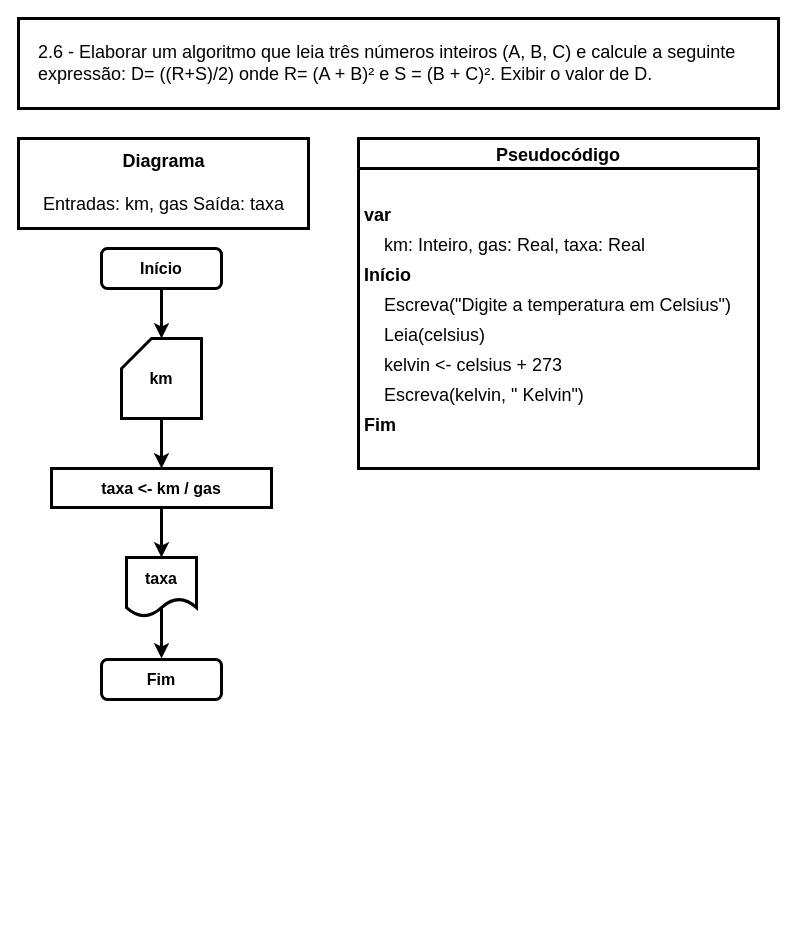
Before: page "Ex. 2.6" (10 of 14) of exercicios.drawio in iSamekh/draw.io, a draw.io diagram. Source tidied: cells renumbered, new cells numbered last; positions are measured from the earlier drawing's top-left corner, leaving out a move shared by most shapes. Both pictures are drawn from the tidied source at 100%, with x=0, y=0 at pixel (18, 18).
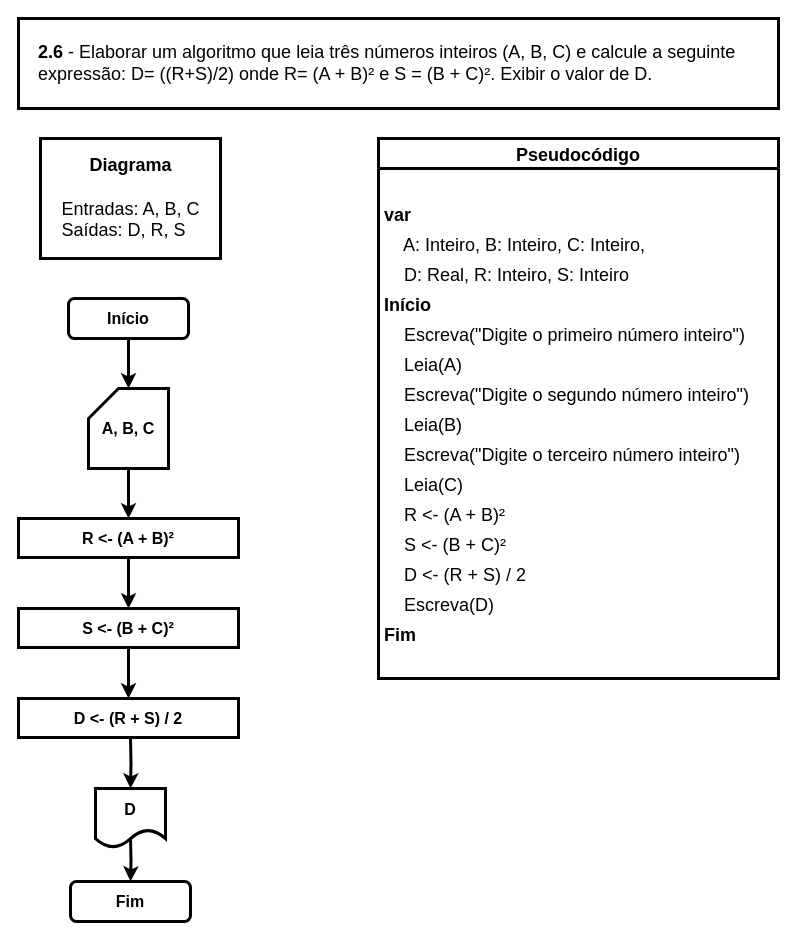
After the change.

The edit, as a diff of the source:
```diff
@@
     <mxCell id="3" value="Início" style="rounded=1;whiteSpace=wrap;html=1;fontSize=16;glass=0;strokeWidth=3;shadow=0;fontStyle=1;" parent="1" vertex="1">
-      <mxGeometry x="83" y="230" width="120" height="40" as="geometry" />
+      <mxGeometry x="50" y="280" width="120" height="40" as="geometry" />
     </mxCell>
     <mxCell id="4" value="Fim" style="rounded=1;whiteSpace=wrap;html=1;fontSize=16;glass=0;strokeWidth=3;shadow=0;fontStyle=1;" parent="1" vertex="1">
-      <mxGeometry x="83" y="641" width="120" height="40" as="geometry" />
+      <mxGeometry x="52" y="863" width="120" height="40" as="geometry" />
     </mxCell>
-    <mxCell id="5" style="edgeStyle=orthogonalEdgeStyle;rounded=0;orthogonalLoop=1;jettySize=auto;html=1;fontSize=16;fontColor=#0F0F0F;strokeWidth=3;" parent="1" edge="1">
-      <mxGeometry relative="1" as="geometry">
-        <mxPoint x="143" y="590" as="sourcePoint" />
-        <mxPoint x="143" y="640" as="targetPoint" />
-      </mxGeometry>
-    </mxCell>
+    <mxCell id="24" style="edgeStyle=orthogonalEdgeStyle;rounded=0;jettySize=auto;html=1;strokeWidth=3;" parent="1" edge="1" target="4">
+      <mxGeometry relative="1" as="geometry">
+        <mxPoint x="112" y="820" as="sourcePoint" />
+      </mxGeometry>
+    </mxCell>
-    <mxCell id="6" value="taxa" style="shape=document;whiteSpace=wrap;html=1;boundedLbl=1;fontStyle=1;fontSize=16;strokeWidth=3;" parent="1" vertex="1">
-      <mxGeometry x="108" y="539" width="70" height="59" as="geometry" />
+    <mxCell id="6" value="D" style="shape=document;whiteSpace=wrap;html=1;boundedLbl=1;fontStyle=1;fontSize=16;strokeWidth=3;" parent="1" vertex="1">
+      <mxGeometry x="77" y="770" width="70" height="59" as="geometry" />
     </mxCell>
@@
-    <mxCell id="8" value="km" style="shape=card;whiteSpace=wrap;html=1;fontStyle=1;fontSize=16;strokeWidth=3;" parent="1" vertex="1">
-      <mxGeometry x="103" y="320" width="80" height="80" as="geometry" />
+    <mxCell id="8" value="A, B, C" style="shape=card;whiteSpace=wrap;html=1;fontStyle=1;fontSize=16;strokeWidth=3;" parent="1" vertex="1">
+      <mxGeometry x="70" y="370" width="80" height="80" as="geometry" />
     </mxCell>
-    <mxCell id="9" style="edgeStyle=orthogonalEdgeStyle;rounded=0;jettySize=auto;html=1;fontSize=16;fontColor=#0F0F0F;strokeWidth=3;" parent="1" edge="1" source="10" target="6">
-      <mxGeometry relative="1" as="geometry" />
-    </mxCell>
+    <mxCell id="25" style="edgeStyle=orthogonalEdgeStyle;rounded=0;jettySize=auto;html=1;strokeWidth=3;" parent="1" edge="1" source="10" target="34">
+      <mxGeometry relative="1" as="geometry" />
+    </mxCell>
-    <mxCell id="10" value="taxa &amp;lt;- km / gas" style="rounded=0;whiteSpace=wrap;html=1;fontStyle=1;fontSize=16;strokeWidth=3;" parent="1" vertex="1">
-      <mxGeometry x="33" y="450" width="220" height="39" as="geometry" />
+    <mxCell id="10" value="R &amp;lt;- (A + B)²" style="rounded=0;whiteSpace=wrap;html=1;fontStyle=1;fontSize=16;strokeWidth=3;" parent="1" vertex="1">
+      <mxGeometry y="500" width="220" height="39" as="geometry" />
     </mxCell>
     <mxCell id="11" value="Pseudocódigo" style="swimlane;fontStyle=1;horizontal=1;startSize=30;rounded=0;shadow=0;labelBackgroundColor=#FFFFFF;labelBorderColor=none;sketch=0;fillStyle=auto;strokeColor=default;strokeWidth=3;fillColor=default;swimlaneLine=1;glass=0;arcSize=20;fontSize=18;spacing=10;" parent="1" vertex="1">
-      <mxGeometry x="340" y="120" width="400" height="330" as="geometry" />
+      <mxGeometry x="360" y="120" width="400" height="540" as="geometry" />
     </mxCell>
@@
-    <mxCell id="14" value="    km: Inteiro, gas: Real, taxa: Real" style="text;strokeColor=none;fillColor=none;align=left;verticalAlign=middle;spacingLeft=4;spacingRight=4;overflow=hidden;rounded=1;shadow=0;labelBackgroundColor=none;labelBorderColor=none;sketch=1;fillStyle=auto;strokeWidth=3;fontSize=18;" parent="11" vertex="1">
+    <mxCell id="14" value="    A: Inteiro, B: Inteiro, C: Inteiro," style="text;strokeColor=none;fillColor=none;align=left;verticalAlign=middle;spacingLeft=4;spacingRight=4;overflow=hidden;rounded=1;shadow=0;labelBackgroundColor=none;labelBorderColor=none;sketch=1;fillStyle=auto;strokeWidth=3;fontSize=18;" parent="11" vertex="1">
       <mxGeometry y="90" width="400" height="30" as="geometry" />
     </mxCell>
+    <mxCell id="26" value="    D: Real, R: Inteiro, S: Inteiro" style="text;strokeColor=none;fillColor=none;align=left;verticalAlign=middle;spacingLeft=4;spacingRight=4;overflow=hidden;rounded=1;shadow=0;labelBackgroundColor=none;labelBorderColor=none;sketch=1;fillStyle=auto;strokeWidth=3;fontSize=18;" parent="11" vertex="1">
+      <mxGeometry y="120" width="400" height="30" as="geometry" />
+    </mxCell>
     <mxCell id="15" value="Início" style="text;strokeColor=none;fillColor=none;align=left;verticalAlign=middle;spacingLeft=4;spacingRight=4;overflow=hidden;rounded=1;shadow=0;labelBackgroundColor=none;labelBorderColor=none;sketch=1;fillStyle=auto;strokeWidth=3;fontStyle=1;fontSize=18;" parent="11" vertex="1">
-      <mxGeometry y="120" width="400" height="30" as="geometry" />
+      <mxGeometry y="150" width="400" height="30" as="geometry" />
     </mxCell>
-    <mxCell id="16" value="     Escreva(&quot;Digite a temperatura em Celsius&quot;)" style="text;strokeColor=none;fillColor=none;align=left;verticalAlign=middle;spacingLeft=4;spacingRight=4;overflow=hidden;rounded=1;shadow=0;labelBackgroundColor=none;labelBorderColor=none;sketch=1;fillStyle=auto;strokeWidth=3;fontStyle=0;fontSize=18;" parent="11" vertex="1">
-      <mxGeometry y="150" width="400" height="30" as="geometry" />
+    <mxCell id="16" value="     Escreva(&quot;Digite o primeiro número inteiro&quot;)" style="text;strokeColor=none;fillColor=none;align=left;verticalAlign=middle;spacingLeft=4;spacingRight=4;overflow=hidden;rounded=1;shadow=0;labelBackgroundColor=none;labelBorderColor=none;sketch=1;fillStyle=auto;strokeWidth=3;fontStyle=0;fontSize=18;" parent="11" vertex="1">
+      <mxGeometry y="180" width="400" height="30" as="geometry" />
     </mxCell>
-    <mxCell id="17" value="     Leia(celsius)" style="text;strokeColor=none;fillColor=none;align=left;verticalAlign=middle;spacingLeft=4;spacingRight=4;overflow=hidden;rounded=1;shadow=0;labelBackgroundColor=none;labelBorderColor=none;sketch=1;fillStyle=auto;strokeWidth=3;fontStyle=0;fontSize=18;" parent="11" vertex="1">
-      <mxGeometry y="180" width="400" height="30" as="geometry" />
+    <mxCell id="17" value="     Leia(A)" style="text;strokeColor=none;fillColor=none;align=left;verticalAlign=middle;spacingLeft=4;spacingRight=4;overflow=hidden;rounded=1;shadow=0;labelBackgroundColor=none;labelBorderColor=none;sketch=1;fillStyle=auto;strokeWidth=3;fontStyle=0;fontSize=18;" parent="11" vertex="1">
+      <mxGeometry y="210" width="400" height="30" as="geometry" />
     </mxCell>
+    <mxCell id="27" value="    Escreva(&quot;Digite o segundo número inteiro&quot;)" style="text;strokeColor=none;fillColor=none;align=left;verticalAlign=middle;spacingLeft=4;spacingRight=4;overflow=hidden;rounded=1;shadow=0;labelBackgroundColor=none;labelBorderColor=none;sketch=1;fillStyle=auto;strokeWidth=3;fontStyle=0;fontSize=18;" parent="11" vertex="1">
+      <mxGeometry y="240" width="400" height="30" as="geometry" />
+    </mxCell>
+    <mxCell id="28" value="    Leia(B)" style="text;strokeColor=none;fillColor=none;align=left;verticalAlign=middle;spacingLeft=4;spacingRight=4;overflow=hidden;rounded=1;shadow=0;labelBackgroundColor=none;labelBorderColor=none;sketch=1;fillStyle=auto;strokeWidth=3;fontStyle=0;fontSize=18;" parent="11" vertex="1">
+      <mxGeometry y="270" width="400" height="30" as="geometry" />
+    </mxCell>
+    <mxCell id="29" value="    Escreva(&quot;Digite o terceiro número inteiro&quot;)" style="text;strokeColor=none;fillColor=none;align=left;verticalAlign=middle;spacingLeft=4;spacingRight=4;overflow=hidden;rounded=1;shadow=0;labelBackgroundColor=none;labelBorderColor=none;sketch=1;fillStyle=auto;strokeWidth=3;fontStyle=0;fontSize=18;" parent="11" vertex="1">
+      <mxGeometry y="300" width="400" height="30" as="geometry" />
+    </mxCell>
+    <mxCell id="30" value="    Leia(C)" style="text;strokeColor=none;fillColor=none;align=left;verticalAlign=middle;spacingLeft=4;spacingRight=4;overflow=hidden;rounded=1;shadow=0;labelBackgroundColor=none;labelBorderColor=none;sketch=1;fillStyle=auto;strokeWidth=3;fontStyle=0;fontSize=18;" parent="11" vertex="1">
+      <mxGeometry y="330" width="400" height="30" as="geometry" />
+    </mxCell>
+    <mxCell id="31" value="    R &lt;- (A + B)²" style="text;strokeColor=none;fillColor=none;align=left;verticalAlign=middle;spacingLeft=4;spacingRight=4;overflow=hidden;rounded=1;shadow=0;labelBackgroundColor=none;labelBorderColor=none;sketch=1;fillStyle=auto;strokeWidth=3;fontStyle=0;fontSize=18;" parent="11" vertex="1">
+      <mxGeometry y="360" width="400" height="30" as="geometry" />
+    </mxCell>
-    <mxCell id="18" value="    kelvin &lt;- celsius + 273" style="text;strokeColor=none;fillColor=none;align=left;verticalAlign=middle;spacingLeft=4;spacingRight=4;overflow=hidden;rounded=1;shadow=0;labelBackgroundColor=none;labelBorderColor=none;sketch=1;fillStyle=auto;strokeWidth=3;fontStyle=0;fontSize=18;" parent="11" vertex="1">
-      <mxGeometry y="210" width="400" height="30" as="geometry" />
+    <mxCell id="18" value="    S &lt;- (B + C)²" style="text;strokeColor=none;fillColor=none;align=left;verticalAlign=middle;spacingLeft=4;spacingRight=4;overflow=hidden;rounded=1;shadow=0;labelBackgroundColor=none;labelBorderColor=none;sketch=1;fillStyle=auto;strokeWidth=3;fontStyle=0;fontSize=18;" parent="11" vertex="1">
+      <mxGeometry y="390" width="400" height="30" as="geometry" />
     </mxCell>
+    <mxCell id="32" value="    D &lt;- (R + S) / 2" style="text;strokeColor=none;fillColor=none;align=left;verticalAlign=middle;spacingLeft=4;spacingRight=4;overflow=hidden;rounded=1;shadow=0;labelBackgroundColor=none;labelBorderColor=none;sketch=1;fillStyle=auto;strokeWidth=3;fontStyle=0;fontSize=18;" parent="11" vertex="1">
+      <mxGeometry y="420" width="400" height="30" as="geometry" />
+    </mxCell>
-    <mxCell id="19" value="     Escreva(kelvin, &quot; Kelvin&quot;)" style="text;strokeColor=none;fillColor=none;align=left;verticalAlign=middle;spacingLeft=4;spacingRight=4;overflow=hidden;rounded=1;shadow=0;labelBackgroundColor=none;labelBorderColor=none;sketch=1;fillStyle=auto;strokeWidth=3;fontStyle=0;fontSize=18;" parent="11" vertex="1">
-      <mxGeometry y="240" width="400" height="30" as="geometry" />
+    <mxCell id="19" value="     Escreva(D)" style="text;strokeColor=none;fillColor=none;align=left;verticalAlign=middle;spacingLeft=4;spacingRight=4;overflow=hidden;rounded=1;shadow=0;labelBackgroundColor=none;labelBorderColor=none;sketch=1;fillStyle=auto;strokeWidth=3;fontStyle=0;fontSize=18;" parent="11" vertex="1">
+      <mxGeometry y="450" width="400" height="30" as="geometry" />
     </mxCell>
     <mxCell id="20" value="Fim" style="text;strokeColor=none;fillColor=none;align=left;verticalAlign=middle;spacingLeft=4;spacingRight=4;overflow=hidden;rounded=1;shadow=0;labelBackgroundColor=none;labelBorderColor=none;sketch=1;fillStyle=auto;strokeWidth=3;fontStyle=1;fontSize=18;" parent="11" vertex="1">
-      <mxGeometry y="270" width="400" height="30" as="geometry" />
+      <mxGeometry y="480" width="400" height="30" as="geometry" />
     </mxCell>
     <mxCell id="21" style="text;strokeColor=none;fillColor=none;align=left;verticalAlign=middle;spacingLeft=4;spacingRight=4;overflow=hidden;rounded=1;shadow=0;labelBackgroundColor=none;labelBorderColor=none;sketch=1;fillStyle=auto;strokeWidth=3;fontStyle=1;fontSize=18;" parent="11" vertex="1">
-      <mxGeometry y="300" width="400" height="30" as="geometry" />
+      <mxGeometry y="510" width="400" height="30" as="geometry" />
     </mxCell>
-    <mxCell id="22" value="&lt;font style=&quot;font-size: 18px;&quot;&gt;&lt;b style=&quot;font-size: 18px;&quot;&gt;Diagrama&lt;br&gt;&lt;/b&gt;&lt;br style=&quot;font-size: 18px;&quot;&gt;&lt;div style=&quot;text-align: left; font-size: 18px;&quot;&gt;&lt;span style=&quot;font-size: 18px;&quot;&gt;&lt;font style=&quot;font-size: 18px;&quot;&gt;Entradas: km, gas&lt;span style=&quot;white-space: pre;&quot;&gt; &lt;/span&gt;&lt;/font&gt;&lt;/span&gt;Saída: taxa&lt;/div&gt;&lt;/font&gt;" style="text;html=1;align=center;verticalAlign=middle;fillColor=default;strokeColor=default;rounded=0;shadow=0;glass=0;labelBackgroundColor=#FFFFFF;labelBorderColor=none;sketch=0;fillStyle=auto;strokeWidth=3;fontSize=18;spacing=10;" parent="1" vertex="1">
-      <mxGeometry y="120" width="290" height="90" as="geometry" />
+    <mxCell id="22" value="&lt;font style=&quot;font-size: 18px;&quot;&gt;&lt;b style=&quot;font-size: 18px;&quot;&gt;Diagrama&lt;br&gt;&lt;/b&gt;&lt;br style=&quot;font-size: 18px;&quot;&gt;&lt;div style=&quot;text-align: left; font-size: 18px;&quot;&gt;&lt;span style=&quot;font-size: 18px;&quot;&gt;&lt;font style=&quot;font-size: 18px;&quot;&gt;Entradas: A, B, C&lt;/font&gt;&lt;/span&gt;&lt;/div&gt;&lt;div style=&quot;text-align: left; font-size: 18px;&quot;&gt;Saídas: D, R, S&lt;/div&gt;&lt;/font&gt;" style="text;html=1;align=center;verticalAlign=middle;fillColor=default;strokeColor=default;rounded=0;shadow=0;glass=0;labelBackgroundColor=#FFFFFF;labelBorderColor=none;sketch=0;fillStyle=auto;strokeWidth=3;fontSize=18;spacing=10;" parent="1" vertex="1">
+      <mxGeometry x="22" y="120" width="180" height="120" as="geometry" />
     </mxCell>
-    <mxCell id="23" value="&lt;font style=&quot;font-size: 18px;&quot;&gt;2.6 - Elaborar um algoritmo que leia três números inteiros (A, B, C) e calcule a seguinte&lt;br&gt;expressão: D= ((R+S)/2) onde R= (A + B)² e S = (B + C)². Exibir o valor de D.&lt;/font&gt;" style="text;html=1;align=left;verticalAlign=middle;rounded=0;labelBackgroundColor=#FFF;fillColor=default;gradientColor=none;strokeColor=default;fontSize=18;perimeterSpacing=0;spacing=20;strokeWidth=3;" parent="1" vertex="1">
+    <mxCell id="23" value="&lt;font style=&quot;font-size: 18px;&quot;&gt;&lt;b&gt;2.6&lt;/b&gt; - Elaborar um algoritmo que leia três números inteiros (A, B, C) e calcule a seguinte&lt;br&gt;expressão: D= ((R+S)/2) onde R= (A + B)² e S = (B + C)². Exibir o valor de D.&lt;/font&gt;" style="text;html=1;align=left;verticalAlign=middle;rounded=0;labelBackgroundColor=#FFF;fillColor=default;gradientColor=none;strokeColor=default;fontSize=18;perimeterSpacing=0;spacing=20;strokeWidth=3;" parent="1" vertex="1">
       <mxGeometry width="760" height="90" as="geometry" />
     </mxCell>
+    <mxCell id="33" style="edgeStyle=orthogonalEdgeStyle;rounded=0;jettySize=auto;html=1;strokeWidth=3;" parent="1" edge="1" source="34" target="35">
+      <mxGeometry relative="1" as="geometry" />
+    </mxCell>
+    <mxCell id="34" value="S &amp;lt;- (B + C)²" style="rounded=0;whiteSpace=wrap;html=1;fontStyle=1;fontSize=16;strokeWidth=3;" parent="1" vertex="1">
+      <mxGeometry y="590" width="220" height="39" as="geometry" />
+    </mxCell>
+    <mxCell id="35" value="D &amp;lt;- (R + S) / 2" style="rounded=0;whiteSpace=wrap;html=1;fontStyle=1;fontSize=16;strokeWidth=3;" parent="1" vertex="1">
+      <mxGeometry y="680" width="220" height="39" as="geometry" />
+    </mxCell>
+    <mxCell id="36" style="edgeStyle=orthogonalEdgeStyle;rounded=0;jettySize=auto;html=1;strokeWidth=3;" parent="1" edge="1" target="6">
+      <mxGeometry relative="1" as="geometry">
+        <mxPoint x="112" y="719" as="sourcePoint" />
+      </mxGeometry>
+    </mxCell>
```
